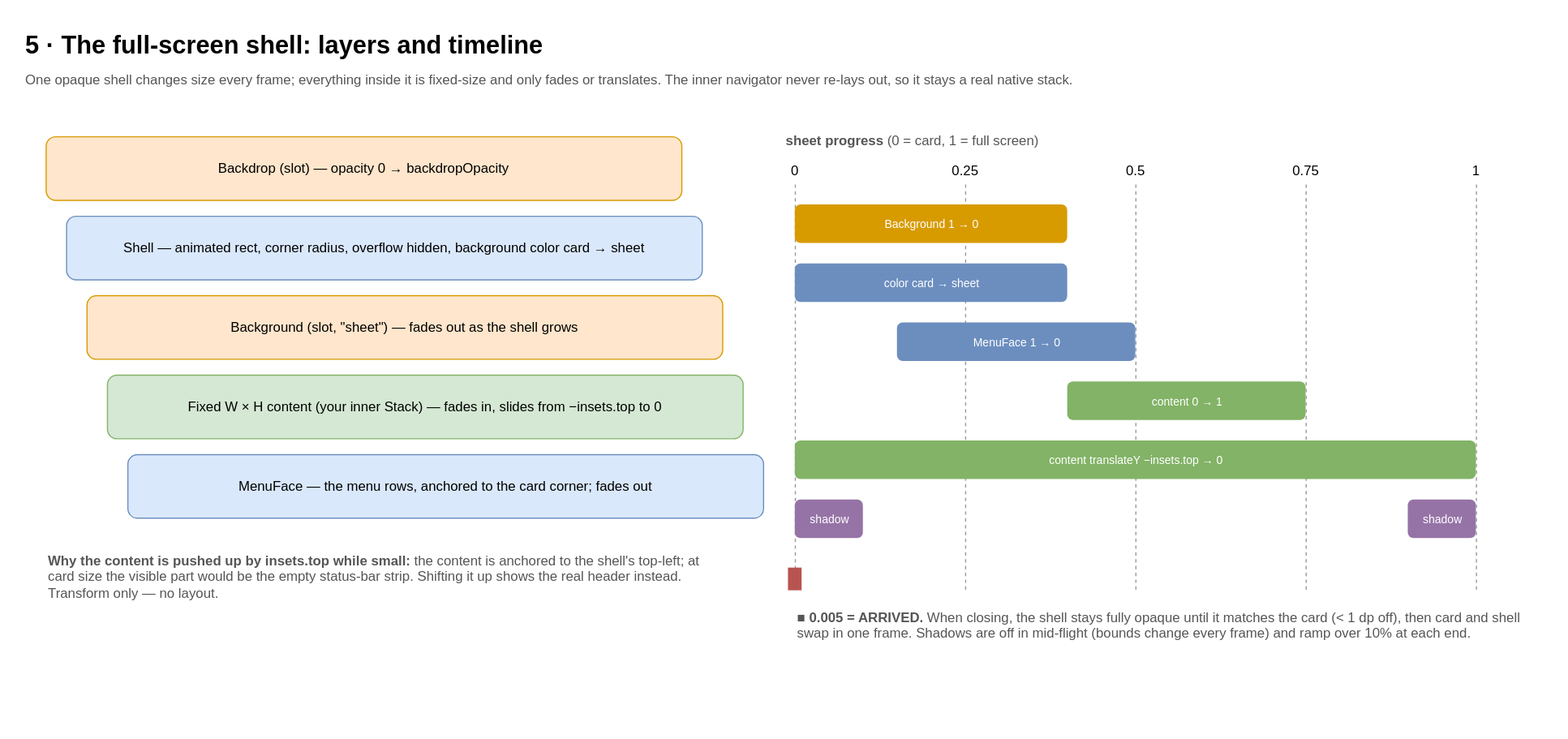
Earlier version of the draw.io export docs/diagrams/svg/en/5-shell.svg (anhtuank7c/expo-morph-menu). Source tidied: cells renumbered, new cells last; positions are measured from the earlier drawing's top-left corner, leaving out a move shared by most shapes.
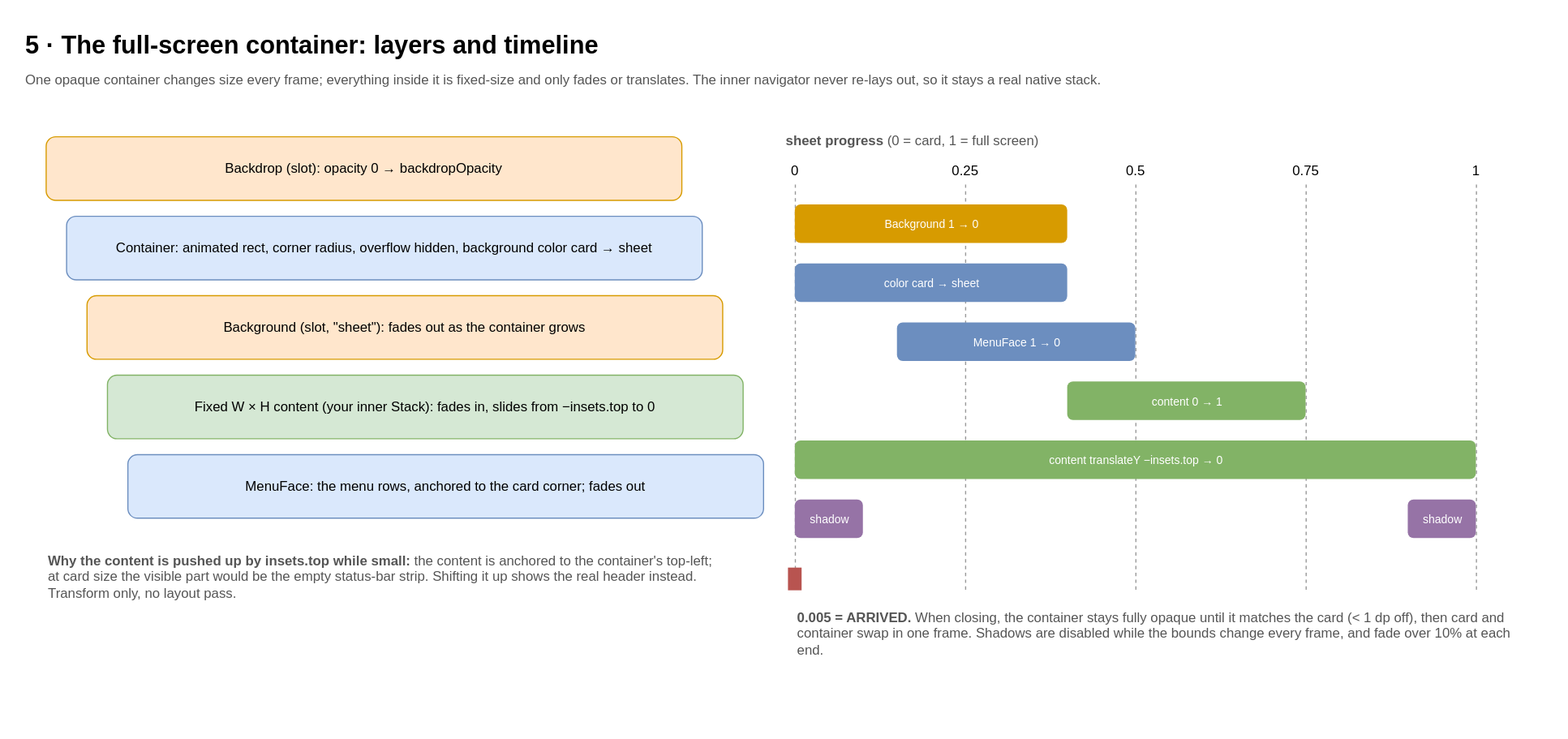
The same file after the commit.

Change to the diagram source:
```diff
@@ -2,28 +2,28 @@
   <root>
     <mxCell id="0" />
     <mxCell id="1" parent="0" />
-    <mxCell id="2" value="5 · The full-screen shell: layers and timeline" style="text;html=1;fontSize=22;fontStyle=1;align=left;verticalAlign=top;" parent="1" vertex="1">
+    <mxCell id="2" value="5 · The full-screen container: layers and timeline" style="text;html=1;fontSize=22;fontStyle=1;align=left;verticalAlign=top;" parent="1" vertex="1">
       <mxGeometry width="1000" height="34" as="geometry" />
     </mxCell>
-    <mxCell id="3" value="One opaque shell changes size every frame; everything inside it is fixed-size and only fades or translates. The inner navigator never re-lays out, so it stays a real native stack." style="text;html=1;fontSize=12;fontColor=#555555;align=left;verticalAlign=top;whiteSpace=wrap;" parent="1" vertex="1">
+    <mxCell id="3" value="One opaque container changes size every frame; everything inside it is fixed-size and only fades or translates. The inner navigator never re-lays out, so it stays a real native stack." style="text;html=1;fontSize=12;fontColor=#555555;align=left;verticalAlign=top;whiteSpace=wrap;" parent="1" vertex="1">
       <mxGeometry y="36" width="1300" height="40" as="geometry" />
     </mxCell>
-    <mxCell id="4" value="Backdrop (slot) — opacity 0 → backdropOpacity" style="rounded=1;whiteSpace=wrap;html=1;fillColor=#ffe6cc;strokeColor=#d79b00;" parent="1" vertex="1">
+    <mxCell id="4" value="Backdrop (slot): opacity 0 → backdropOpacity" style="rounded=1;whiteSpace=wrap;html=1;fillColor=#ffe6cc;strokeColor=#d79b00;" parent="1" vertex="1">
       <mxGeometry x="20" y="100" width="560" height="56" as="geometry" />
     </mxCell>
-    <mxCell id="5" value="Shell — animated rect, corner radius, overflow hidden, background color card → sheet" style="rounded=1;whiteSpace=wrap;html=1;fillColor=#dae8fc;strokeColor=#6c8ebf;" parent="1" vertex="1">
+    <mxCell id="5" value="Container: animated rect, corner radius, overflow hidden, background color card → sheet" style="rounded=1;whiteSpace=wrap;html=1;fillColor=#dae8fc;strokeColor=#6c8ebf;" parent="1" vertex="1">
       <mxGeometry x="38" y="170" width="560" height="56" as="geometry" />
     </mxCell>
-    <mxCell id="6" value="Background (slot, &quot;sheet&quot;) — fades out as the shell grows" style="rounded=1;whiteSpace=wrap;html=1;fillColor=#ffe6cc;strokeColor=#d79b00;" parent="1" vertex="1">
+    <mxCell id="6" value="Background (slot, &quot;sheet&quot;): fades out as the container grows" style="rounded=1;whiteSpace=wrap;html=1;fillColor=#ffe6cc;strokeColor=#d79b00;" parent="1" vertex="1">
       <mxGeometry x="56" y="240" width="560" height="56" as="geometry" />
     </mxCell>
-    <mxCell id="7" value="Fixed W × H content (your inner Stack) — fades in, slides from −insets.top to 0" style="rounded=1;whiteSpace=wrap;html=1;fillColor=#d5e8d4;strokeColor=#82b366;" parent="1" vertex="1">
+    <mxCell id="7" value="Fixed W × H content (your inner Stack): fades in, slides from −insets.top to 0" style="rounded=1;whiteSpace=wrap;html=1;fillColor=#d5e8d4;strokeColor=#82b366;" parent="1" vertex="1">
       <mxGeometry x="74" y="310" width="560" height="56" as="geometry" />
     </mxCell>
-    <mxCell id="8" value="MenuFace — the menu rows, anchored to the card corner; fades out" style="rounded=1;whiteSpace=wrap;html=1;fillColor=#dae8fc;strokeColor=#6c8ebf;" parent="1" vertex="1">
+    <mxCell id="8" value="MenuFace: the menu rows, anchored to the card corner; fades out" style="rounded=1;whiteSpace=wrap;html=1;fillColor=#dae8fc;strokeColor=#6c8ebf;" parent="1" vertex="1">
       <mxGeometry x="92" y="380" width="560" height="56" as="geometry" />
     </mxCell>
-    <mxCell id="9" value="&lt;b&gt;Why the content is pushed up by insets.top while small:&lt;/b&gt; the content is anchored to the shell's top-left; at card size the visible part would be the empty status-bar strip. Shifting it up shows the real header instead. Transform only — no layout." style="text;html=1;fontSize=12;fontColor=#555555;align=left;verticalAlign=top;whiteSpace=wrap;" parent="1" vertex="1">
+    <mxCell id="9" value="&lt;b&gt;Why the content is pushed up by insets.top while small:&lt;/b&gt; the content is anchored to the container's top-left; at card size the visible part would be the empty status-bar strip. Shifting it up shows the real header instead. Transform only, no layout pass." style="text;html=1;fontSize=12;fontColor=#555555;align=left;verticalAlign=top;whiteSpace=wrap;" parent="1" vertex="1">
       <mxGeometry x="20" y="460" width="600" height="120" as="geometry" />
     </mxCell>
     <mxCell id="10" value="&lt;b&gt;sheet progress&lt;/b&gt; (0 = card, 1 = full screen)" style="text;html=1;fontSize=12;fontColor=#555555;align=left;verticalAlign=top;whiteSpace=wrap;" parent="1" vertex="1">
@@ -98,7 +98,7 @@
     <mxCell id="28" style="rounded=0;html=1;fillColor=#b85450;strokeColor=none;" parent="1" vertex="1">
       <mxGeometry x="674" y="480" width="12" height="20" as="geometry" />
     </mxCell>
-    <mxCell id="29" value="&lt;b&gt;■ 0.005 = ARRIVED.&lt;/b&gt; When closing, the shell stays fully opaque until it matches the card (&amp;lt; 1 dp off), then card and shell swap in one frame. Shadows are off in mid-flight (bounds change every frame) and ramp over 10% at each end." style="text;html=1;fontSize=12;fontColor=#555555;align=left;verticalAlign=top;whiteSpace=wrap;" parent="1" vertex="1">
+    <mxCell id="29" value="&lt;b&gt;0.005 = ARRIVED.&lt;/b&gt; When closing, the container stays fully opaque until it matches the card (&amp;lt; 1 dp off), then card and container swap in one frame. Shadows are disabled while the bounds change every frame, and fade over 10% at each end." style="text;html=1;fontSize=12;fontColor=#555555;align=left;verticalAlign=top;whiteSpace=wrap;" parent="1" vertex="1">
       <mxGeometry x="680" y="510" width="640" height="80" as="geometry" />
     </mxCell>
   </root>
```
